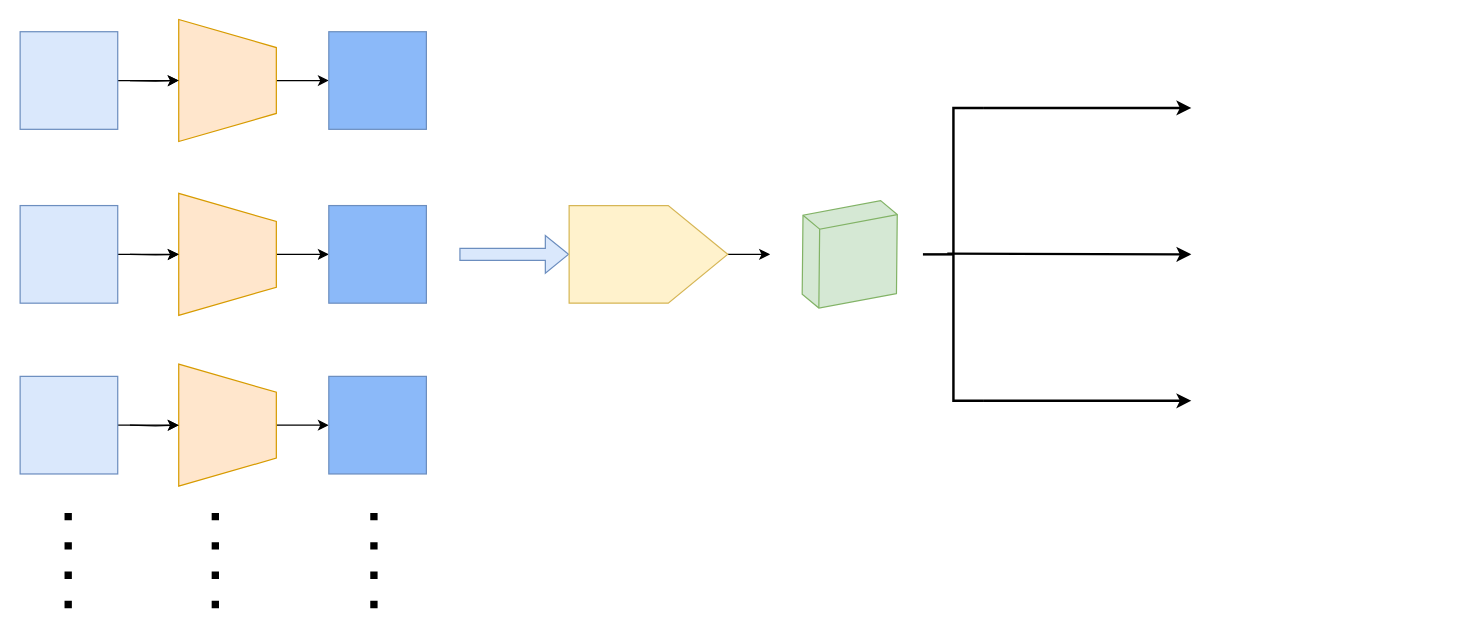
Above: RLforSR.drawio in yangzheng-yz/DBSR (draw.io), before the change. Source tidied: cells renumbered, new cells numbered last; positions are measured from the earlier drawing's top-left corner, leaving out a move shared by most shapes. Both pictures are drawn from the tidied source at 122%, with x=0, y=0 at pixel (20, 32).
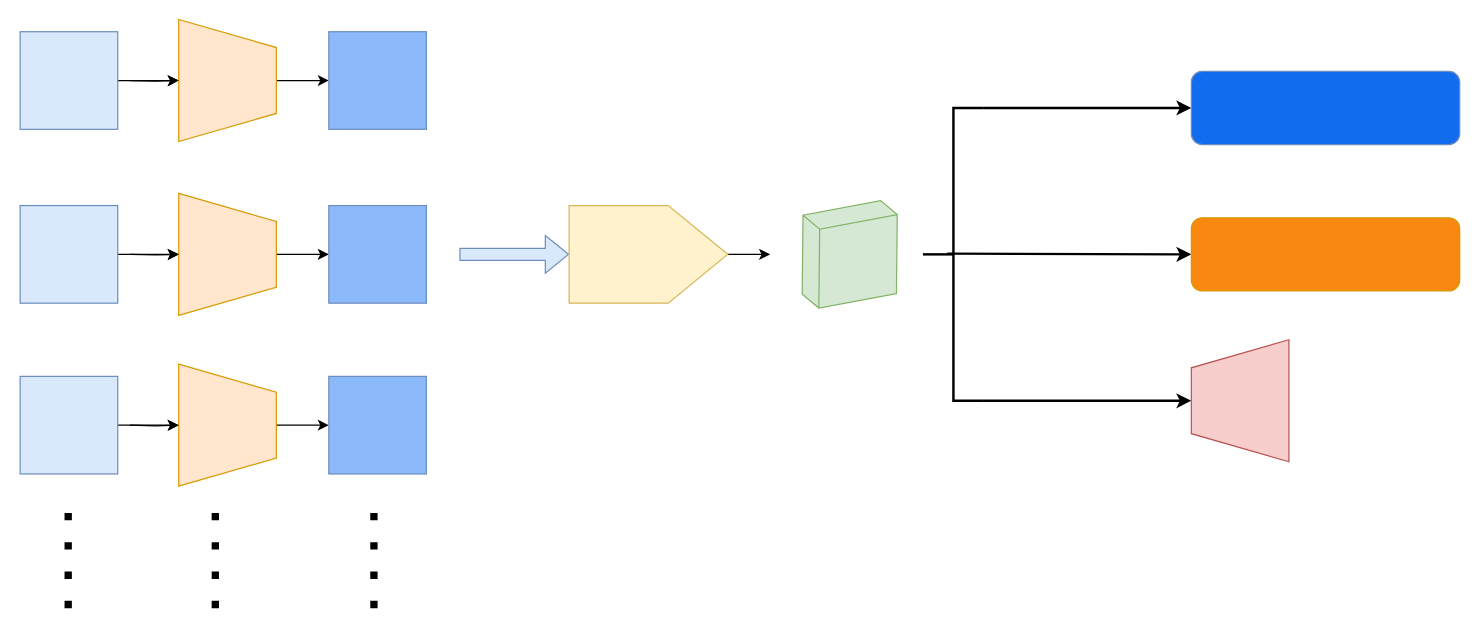
After the change.

Diff of the diagram source:
```diff
@@
+    <mxCell id="31" style="rounded=1;whiteSpace=wrap;html=1;fillColor=#116dee;strokeColor=#6c8ebf;" parent="1" vertex="1">
+      <mxGeometry x="960" y="32" width="220" height="60" as="geometry" />
+    </mxCell>
+    <mxCell id="32" style="rounded=1;whiteSpace=wrap;html=1;fillColor=#f98810;strokeColor=#d79b00;" parent="1" vertex="1">
+      <mxGeometry x="960" y="152" width="220" height="60" as="geometry" />
+    </mxCell>
+    <mxCell id="33" style="verticalLabelPosition=middle;verticalAlign=middle;html=1;shape=trapezoid;perimeter=trapezoidPerimeter;whiteSpace=wrap;size=0.23;arcSize=10;flipV=0;labelPosition=center;align=center;rotation=-90;fillColor=#f8cecc;strokeColor=#b85450;" parent="1" vertex="1">
+      <mxGeometry x="950" y="262" width="100" height="80" as="geometry" />
+    </mxCell>
```
